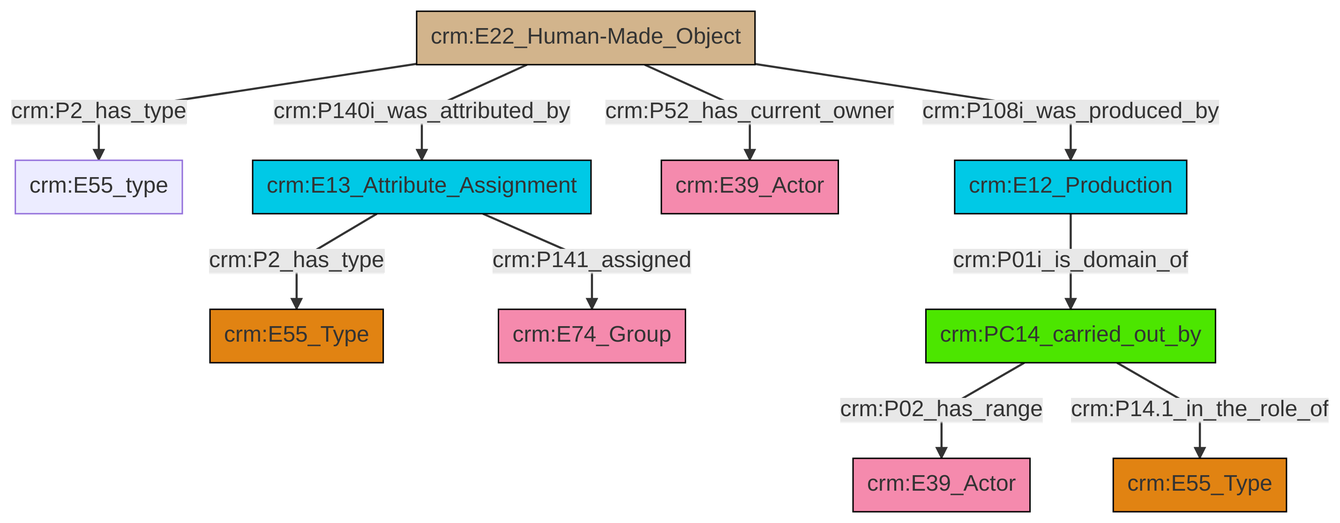
Above: et/builtWorkCSV/ttl/mmd/png/Built_Work_actor_relations.png in swiss-art-research-net/docs.swissartresearch (Mermaid), before the change. Its source is kept beside it as et/builtWorkCSV/ttl/mmd/Built_Work_actor_relations.ttl.mmd.
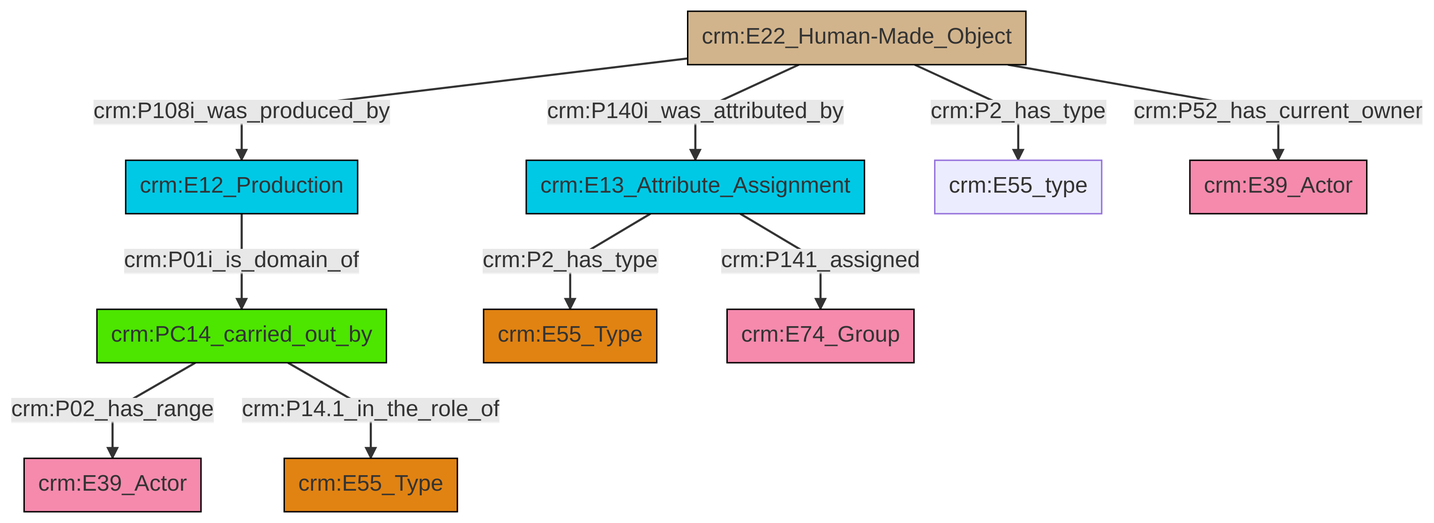
After the change.

The edit, as a diff of the source:
```diff
@@ -13,12 +13,12 @@
 classDef PC_Classes fill:#4ce600, stroke:#000000;
 classDef Multi fill:#cccccc,stroke:#000000;
 
-0["crm:E22_Human-Made_Object"]:::Physical_Thing -->|crm:P2_has_type| 1["crm:E55_type"]:::Default
-0["crm:E22_Human-Made_Object"]:::Physical_Thing -->|crm:P140i_was_attributed_by| 9["crm:E13_Attribute_Assignment"]:::Temporal_Entity
-0["crm:E22_Human-Made_Object"]:::Physical_Thing -->|crm:P52_has_current_owner| 2["crm:E39_Actor"]:::Actor
-7["crm:E12_Production"]:::Temporal_Entity -->|crm:P01i_is_domain_of| 15["crm:PC14_carried_out_by"]:::PC_Classes
-9["crm:E13_Attribute_Assignment"]:::Temporal_Entity -->|crm:P2_has_type| 5["crm:E55_Type"]:::Type
-15["crm:PC14_carried_out_by"]:::PC_Classes -->|crm:P02_has_range| 13["crm:E39_Actor"]:::Actor
-15["crm:PC14_carried_out_by"]:::PC_Classes -->|crm:P14.1_in_the_role_of| 11["crm:E55_Type"]:::Type
-0["crm:E22_Human-Made_Object"]:::Physical_Thing -->|crm:P108i_was_produced_by| 7["crm:E12_Production"]:::Temporal_Entity
-9["crm:E13_Attribute_Assignment"]:::Temporal_Entity -->|crm:P141_assigned| 16["crm:E74_Group"]:::Actor
+2["crm:PC14_carried_out_by"]:::PC_Classes -->|crm:P02_has_range| 0["crm:E39_Actor"]:::Actor
+5["crm:E13_Attribute_Assignment"]:::Temporal_Entity -->|crm:P2_has_type| 6["crm:E55_Type"]:::Type
+3["crm:E22_Human-Made_Object"]:::Physical_Thing -->|crm:P108i_was_produced_by| 7["crm:E12_Production"]:::Temporal_Entity
+3["crm:E22_Human-Made_Object"]:::Physical_Thing -->|crm:P2_has_type| 10["crm:E55_type"]:::Default
+7["crm:E12_Production"]:::Temporal_Entity -->|crm:P01i_is_domain_of| 2["crm:PC14_carried_out_by"]:::PC_Classes
+3["crm:E22_Human-Made_Object"]:::Physical_Thing -->|crm:P52_has_current_owner| 12["crm:E39_Actor"]:::Actor
+5["crm:E13_Attribute_Assignment"]:::Temporal_Entity -->|crm:P141_assigned| 15["crm:E74_Group"]:::Actor
+3["crm:E22_Human-Made_Object"]:::Physical_Thing -->|crm:P140i_was_attributed_by| 5["crm:E13_Attribute_Assignment"]:::Temporal_Entity
+2["crm:PC14_carried_out_by"]:::PC_Classes -->|crm:P14.1_in_the_role_of| 8["crm:E55_Type"]:::Type
```
